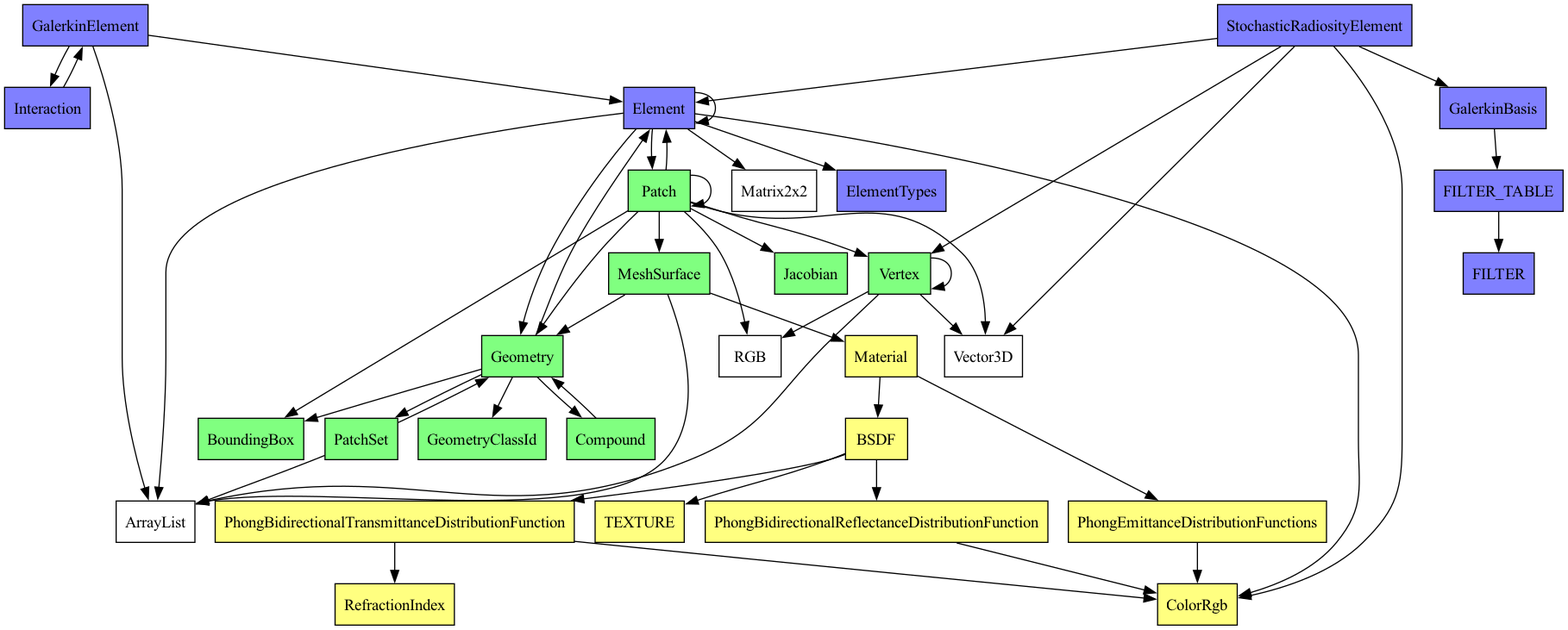
The Graphviz diagram doc/coreModelClasses.png in OscarChavarro/rpkCpp, before a commit. Its source is kept beside it as doc/coreModelClasses.dot. Source of this version:
```dot
digraph G {
    Element [shape=box, style=filled, fillcolor="#8080ff"];
    GalerkinElement [shape=box, style=filled, fillcolor="#8080ff"];
    GalerkinBasis [shape=box, style=filled, fillcolor="#8080ff"];
    Interaction [shape=box, style=filled, fillcolor="#8080ff"];
    StochasticRadiosityElement [shape=box, style=filled, fillcolor="#8080ff"];
    ElementTypes [shape=box, style=filled, fillcolor="#8080ff"];
    FILTER_TABLE [shape=box, style=filled, fillcolor="#8080ff"];
    FILTER [shape=box, style=filled, fillcolor="#8080ff"];

    ArrayList [shape=box];
    Vector3D [shape=box];
    Matrix2x2 [shape=box];
    RGB [shape=box];

    Patch [shape=box, style=filled, fillcolor="#80ff80"];
    Geometry [shape=box, style=filled, fillcolor="#80ff80"];
    MeshSurface [shape=box, style=filled, fillcolor="#80ff80"];
    PatchSet [shape=box, style=filled, fillcolor="#80ff80"];
    Compound [shape=box, style=filled, fillcolor="#80ff80"];
    Vertex [shape=box, style=filled, fillcolor="#80ff80"];
    Jacobian [shape=box, style=filled, fillcolor="#80ff80"];
    BoundingBox [shape=box, style=filled, fillcolor="#80ff80"];
    GeometryClassId [shape=box, style=filled, fillcolor="#80ff80"];

    Material [shape=box, style=filled, fillcolor="#ffff80"];
    BSDF [shape=box, style=filled, fillcolor="#ffff80"];
    PhongEmittanceDistributionFunctions [shape=box, style=filled, fillcolor="#ffff80"];
    TEXTURE [shape=box, style=filled, fillcolor="#ffff80"];
    PhongBidirectionalTransmittanceDistributionFunction [shape=box, style=filled, fillcolor="#ffff80"];
    RefractionIndex [shape=box, style=filled, fillcolor="#ffff80"];
    PhongBidirectionalReflectanceDistributionFunction [shape=box, style=filled, fillcolor="#ffff80"];
    ColorRgb [shape=box, style=filled, fillcolor="#ffff80"];

    Vertex -> Vector3D;
    Vertex -> RGB;
    Vertex -> ArrayList;
    Vertex -> Vertex;
    GalerkinBasis -> FILTER_TABLE;
    FILTER_TABLE -> FILTER;
    Element -> ColorRgb;
    Element -> Patch;
    Element -> Geometry;
    Element -> Element;
    Element -> ArrayList;
    Element -> Matrix2x2;
    Element -> ElementTypes;
    Interaction -> GalerkinElement;
    GalerkinElement -> Element;
    GalerkinElement -> ArrayList;
    GalerkinElement -> Interaction;
    StochasticRadiosityElement -> Element;
    StochasticRadiosityElement -> GalerkinBasis;
    StochasticRadiosityElement -> ColorRgb;
    StochasticRadiosityElement -> Vector3D;
    StochasticRadiosityElement -> Vertex;
    Patch -> Patch;
    Patch -> Vertex;
    Patch -> BoundingBox;
    Patch -> Vector3D;
    Patch -> Jacobian;
    Patch -> RGB;
    Patch -> Element;
    Patch -> Geometry;
    Patch -> MeshSurface;
    PhongEmittanceDistributionFunctions -> ColorRgb;
    PhongBidirectionalReflectanceDistributionFunction -> ColorRgb;
    PhongBidirectionalTransmittanceDistributionFunction -> ColorRgb;
    PhongBidirectionalTransmittanceDistributionFunction -> RefractionIndex;
    BSDF -> PhongBidirectionalReflectanceDistributionFunction;
    BSDF -> PhongBidirectionalTransmittanceDistributionFunction;
    BSDF -> TEXTURE;
    Material -> PhongEmittanceDistributionFunctions;
    Material -> BSDF;
    Geometry -> BoundingBox;
    Geometry -> Element;
    Geometry -> GeometryClassId;
    Geometry -> Compound;
    Geometry -> PatchSet;
    PatchSet -> Geometry;
    PatchSet -> ArrayList;
    MeshSurface -> Geometry;
    MeshSurface -> ArrayList;
    MeshSurface -> Material;
    Compound -> Geometry;
}
```
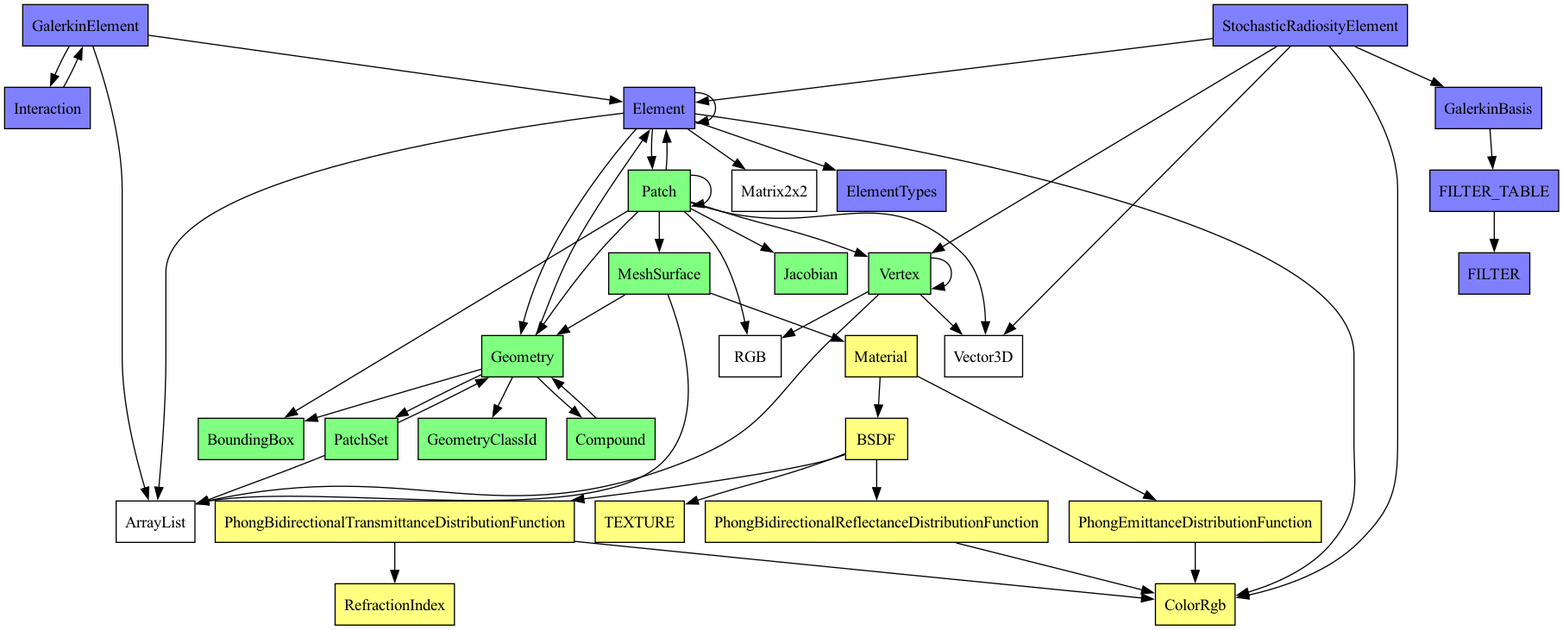
The same file after the commit.

What changed in the source:
```diff
@@ -25,7 +25,7 @@
 
     Material [shape=box, style=filled, fillcolor="#ffff80"];
     BSDF [shape=box, style=filled, fillcolor="#ffff80"];
-    PhongEmittanceDistributionFunctions [shape=box, style=filled, fillcolor="#ffff80"];
+    PhongEmittanceDistributionFunction [shape=box, style=filled, fillcolor="#ffff80"];
     TEXTURE [shape=box, style=filled, fillcolor="#ffff80"];
     PhongBidirectionalTransmittanceDistributionFunction [shape=box, style=filled, fillcolor="#ffff80"];
     RefractionIndex [shape=box, style=filled, fillcolor="#ffff80"];
@@ -63,14 +63,14 @@
     Patch -> Element;
     Patch -> Geometry;
     Patch -> MeshSurface;
-    PhongEmittanceDistributionFunctions -> ColorRgb;
+    PhongEmittanceDistributionFunction -> ColorRgb;
     PhongBidirectionalReflectanceDistributionFunction -> ColorRgb;
     PhongBidirectionalTransmittanceDistributionFunction -> ColorRgb;
     PhongBidirectionalTransmittanceDistributionFunction -> RefractionIndex;
     BSDF -> PhongBidirectionalReflectanceDistributionFunction;
     BSDF -> PhongBidirectionalTransmittanceDistributionFunction;
     BSDF -> TEXTURE;
-    Material -> PhongEmittanceDistributionFunctions;
+    Material -> PhongEmittanceDistributionFunction;
     Material -> BSDF;
     Geometry -> BoundingBox;
     Geometry -> Element;
```
